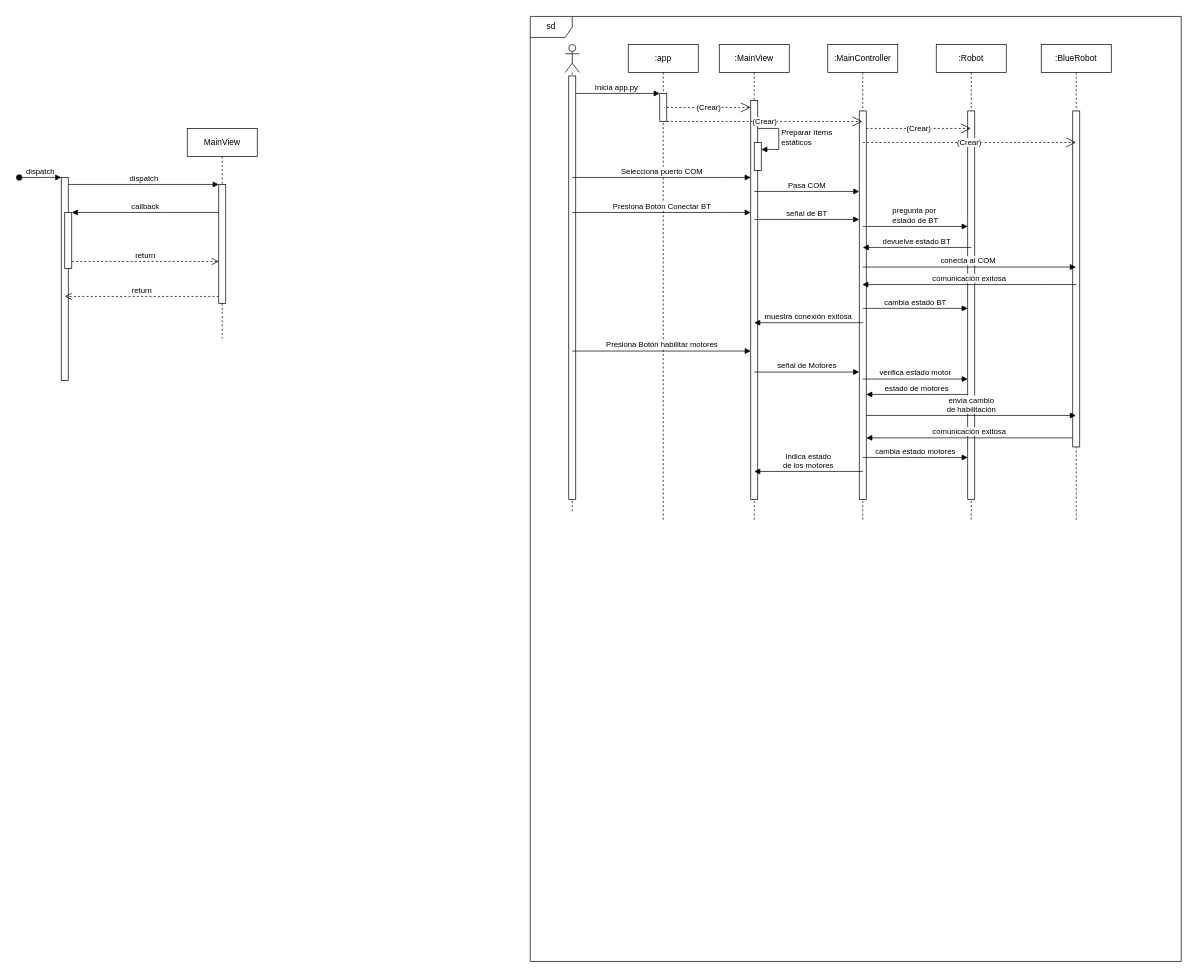
The draw.io diagram informe/diagramaSecuencia.drawio in Mario-dango/control_tank, before the edit. Source tidied: cells renumbered, new cells numbered last; positions are measured from the earlier drawing's top-left corner, leaving out a move shared by most shapes. Both pictures are drawn from the tidied source at 70%, with x=0, y=0 at pixel (19, 16).
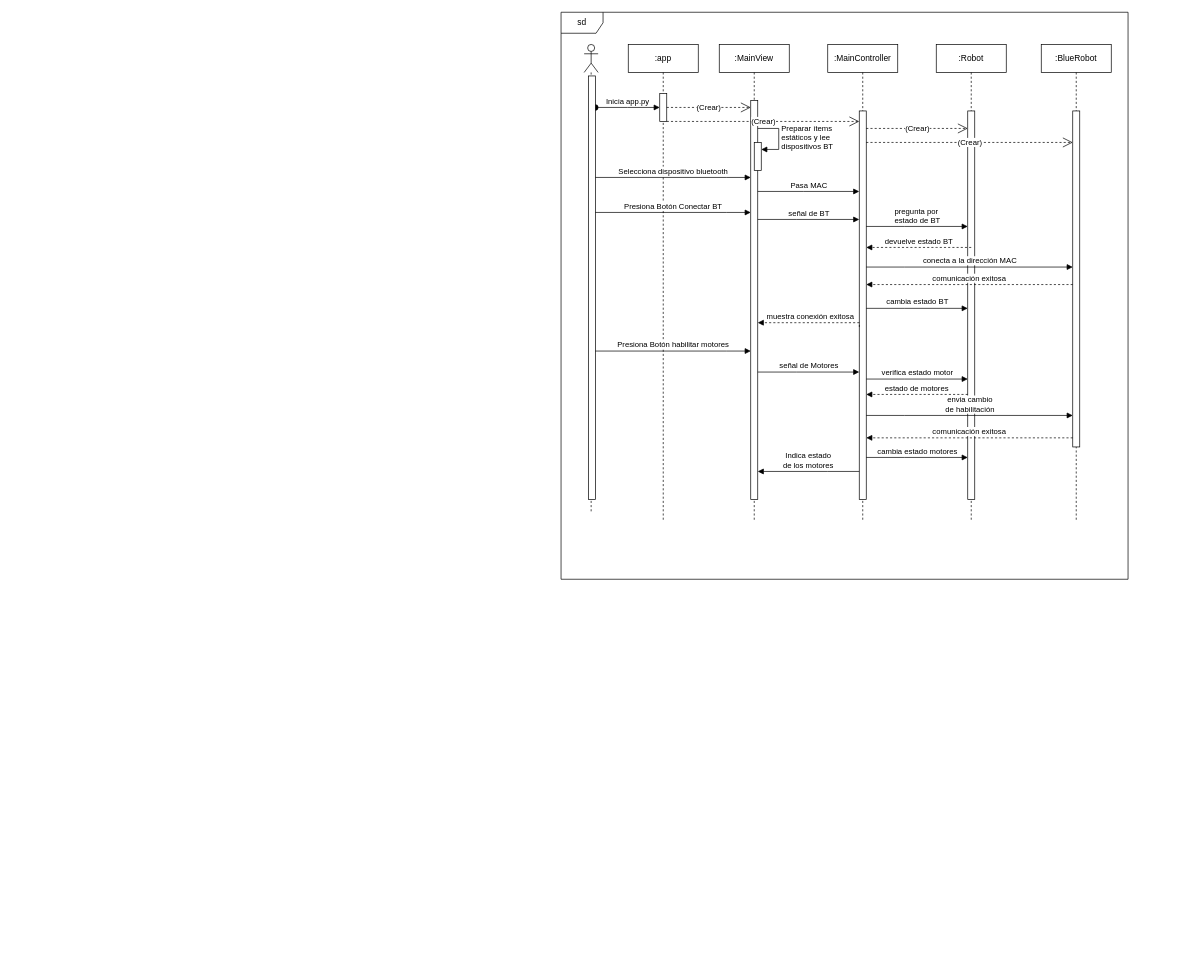
The same page after the edit.

The change refers to these unchanged cells:
```xml
<mxCell id="3" style="html=1;points=[];perimeter=orthogonalPerimeter;outlineConnect=0;targetShapes=umlLifeline;portConstraint=eastwest;newEdgeStyle={&quot;edgeStyle&quot;:&quot;elbowEdgeStyle&quot;,&quot;elbow&quot;:&quot;vertical&quot;,&quot;curved&quot;:0,&quot;rounded&quot;:0};" parent="2" vertex="1">
  <mxGeometry x="45" y="70" width="10" height="40" as="geometry" />
</mxCell>
<mxCell id="4" value=":MainView" style="shape=umlLifeline;perimeter=lifelinePerimeter;whiteSpace=wrap;html=1;newEdgeStyle={&quot;edgeStyle&quot;:&quot;elbowEdgeStyle&quot;,&quot;elbow&quot;:&quot;vertical&quot;,&quot;curved&quot;:0,&quot;rounded&quot;:0};" parent="1" vertex="1">
  <mxGeometry x="1000" y="40" width="100" height="680" as="geometry" />
</mxCell>
<mxCell id="5" style="html=1;points=[];perimeter=orthogonalPerimeter;outlineConnect=0;targetShapes=umlLifeline;portConstraint=eastwest;newEdgeStyle={&quot;edgeStyle&quot;:&quot;elbowEdgeStyle&quot;,&quot;elbow&quot;:&quot;vertical&quot;,&quot;curved&quot;:0,&quot;rounded&quot;:0};" parent="4" vertex="1">
  <mxGeometry x="45" y="80" width="10" height="570" as="geometry" />
</mxCell>
<mxCell id="6" style="html=1;points=[];perimeter=orthogonalPerimeter;outlineConnect=0;targetShapes=umlLifeline;portConstraint=eastwest;newEdgeStyle={&quot;edgeStyle&quot;:&quot;elbowEdgeStyle&quot;,&quot;elbow&quot;:&quot;vertical&quot;,&quot;curved&quot;:0,&quot;rounded&quot;:0};" parent="4" vertex="1">
  <mxGeometry x="50" y="140" width="10" height="40" as="geometry" />
</mxCell>
<mxCell id="22" value=":MainController" style="shape=umlLifeline;perimeter=lifelinePerimeter;whiteSpace=wrap;html=1;outlineConnect=0;portConstraint=eastwest;newEdgeStyle={&quot;edgeStyle&quot;:&quot;elbowEdgeStyle&quot;,&quot;elbow&quot;:&quot;vertical&quot;,&quot;curved&quot;:0,&quot;rounded&quot;:0};" parent="1" vertex="1">
  <mxGeometry x="1155" y="40" width="100" height="680" as="geometry" />
</mxCell>
<mxCell id="23" style="html=1;points=[];perimeter=orthogonalPerimeter;outlineConnect=0;targetShapes=umlLifeline;portConstraint=eastwest;newEdgeStyle={&quot;edgeStyle&quot;:&quot;elbowEdgeStyle&quot;,&quot;elbow&quot;:&quot;vertical&quot;,&quot;curved&quot;:0,&quot;rounded&quot;:0};" parent="22" vertex="1">
  <mxGeometry x="45" y="95" width="10" height="555" as="geometry" />
</mxCell>
<mxCell id="28" value=":Robot" style="shape=umlLifeline;perimeter=lifelinePerimeter;whiteSpace=wrap;html=1;outlineConnect=0;portConstraint=eastwest;newEdgeStyle={&quot;edgeStyle&quot;:&quot;elbowEdgeStyle&quot;,&quot;elbow&quot;:&quot;vertical&quot;,&quot;curved&quot;:0,&quot;rounded&quot;:0};" parent="1" vertex="1">
  <mxGeometry x="1310" y="40" width="100" height="680" as="geometry" />
</mxCell>
<mxCell id="29" style="html=1;points=[];perimeter=orthogonalPerimeter;outlineConnect=0;targetShapes=umlLifeline;portConstraint=eastwest;newEdgeStyle={&quot;edgeStyle&quot;:&quot;elbowEdgeStyle&quot;,&quot;elbow&quot;:&quot;vertical&quot;,&quot;curved&quot;:0,&quot;rounded&quot;:0};" parent="28" vertex="1">
  <mxGeometry x="45" y="95" width="10" height="555" as="geometry" />
</mxCell>
<mxCell id="31" value=":BlueRobot" style="shape=umlLifeline;perimeter=lifelinePerimeter;whiteSpace=wrap;html=1;outlineConnect=0;portConstraint=eastwest;newEdgeStyle={&quot;edgeStyle&quot;:&quot;elbowEdgeStyle&quot;,&quot;elbow&quot;:&quot;vertical&quot;,&quot;curved&quot;:0,&quot;rounded&quot;:0};" parent="1" vertex="1">
  <mxGeometry x="1460" y="40" width="100" height="680" as="geometry" />
</mxCell>
<mxCell id="32" style="html=1;points=[];perimeter=orthogonalPerimeter;outlineConnect=0;targetShapes=umlLifeline;portConstraint=eastwest;newEdgeStyle={&quot;edgeStyle&quot;:&quot;elbowEdgeStyle&quot;,&quot;elbow&quot;:&quot;vertical&quot;,&quot;curved&quot;:0,&quot;rounded&quot;:0};" parent="31" vertex="1">
  <mxGeometry x="45" y="95" width="10" height="480" as="geometry" />
</mxCell>
```

Change to the diagram source:
```diff
@@
-    <mxCell id="7" value="Preparar ítems&lt;br&gt;estáticos" style="html=1;align=left;spacingLeft=2;endArrow=block;rounded=0;edgeStyle=orthogonalEdgeStyle;curved=0;rounded=0;" parent="4" edge="1" target="6">
+    <mxCell id="7" value="Preparar ítems&lt;br&gt;estáticos y lee&lt;br&gt;dispositivos BT" style="html=1;align=left;spacingLeft=2;endArrow=block;rounded=0;edgeStyle=orthogonalEdgeStyle;curved=0;rounded=0;" parent="4" edge="1" target="6">
       <mxGeometry relative="1" as="geometry">
         <mxPoint x="55" y="120" as="sourcePoint" />
         <Array as="points">
           <mxPoint x="85" y="150" />
         </Array>
       </mxGeometry>
     </mxCell>
-    <mxCell id="8" style="html=1;points=[];perimeter=orthogonalPerimeter;outlineConnect=0;targetShapes=umlLifeline;portConstraint=eastwest;newEdgeStyle={&quot;edgeStyle&quot;:&quot;elbowEdgeStyle&quot;,&quot;elbow&quot;:&quot;vertical&quot;,&quot;curved&quot;:0,&quot;rounded&quot;:0};" parent="1" vertex="1">
-      <mxGeometry x="60" y="230" width="10" height="290" as="geometry" />
-    </mxCell>
-    <mxCell id="9" value="dispatch" style="html=1;verticalAlign=bottom;startArrow=oval;endArrow=block;startSize=8;edgeStyle=elbowEdgeStyle;elbow=vertical;curved=0;rounded=0;" parent="1" edge="1" target="8">
-      <mxGeometry relative="1" as="geometry">
-        <mxPoint y="230" as="sourcePoint" />
-      </mxGeometry>
-    </mxCell>
-    <mxCell id="10" style="html=1;points=[];perimeter=orthogonalPerimeter;outlineConnect=0;targetShapes=umlLifeline;portConstraint=eastwest;newEdgeStyle={&quot;edgeStyle&quot;:&quot;elbowEdgeStyle&quot;,&quot;elbow&quot;:&quot;vertical&quot;,&quot;curved&quot;:0,&quot;rounded&quot;:0};" parent="1" vertex="1">
-      <mxGeometry x="65" y="280" width="10" height="80" as="geometry" />
-    </mxCell>
-    <mxCell id="11" value="MainView" style="shape=umlLifeline;perimeter=lifelinePerimeter;whiteSpace=wrap;html=1;newEdgeStyle={&quot;edgeStyle&quot;:&quot;elbowEdgeStyle&quot;,&quot;elbow&quot;:&quot;vertical&quot;,&quot;curved&quot;:0,&quot;rounded&quot;:0};" parent="1" vertex="1">
-      <mxGeometry x="240" y="160" width="100" height="300" as="geometry" />
-    </mxCell>
-    <mxCell id="12" style="html=1;points=[];perimeter=orthogonalPerimeter;outlineConnect=0;targetShapes=umlLifeline;portConstraint=eastwest;newEdgeStyle={&quot;edgeStyle&quot;:&quot;elbowEdgeStyle&quot;,&quot;elbow&quot;:&quot;vertical&quot;,&quot;curved&quot;:0,&quot;rounded&quot;:0};" parent="11" vertex="1">
-      <mxGeometry x="45" y="80" width="10" height="170" as="geometry" />
-    </mxCell>
-    <mxCell id="13" value="dispatch" style="html=1;verticalAlign=bottom;endArrow=block;edgeStyle=elbowEdgeStyle;elbow=vertical;curved=0;rounded=0;" parent="1" edge="1" source="8" target="12">
-      <mxGeometry relative="1" as="geometry">
-        <Array as="points">
-          <mxPoint x="200" y="240" />
-        </Array>
-      </mxGeometry>
-    </mxCell>
-    <mxCell id="14" value="return" style="html=1;verticalAlign=bottom;endArrow=open;dashed=1;endSize=8;edgeStyle=elbowEdgeStyle;elbow=vertical;curved=0;rounded=0;" parent="1" edge="1" source="12">
-      <mxGeometry relative="1" as="geometry">
-        <mxPoint x="65" y="400" as="targetPoint" />
-        <Array as="points">
-          <mxPoint x="210" y="400" />
-        </Array>
-      </mxGeometry>
-    </mxCell>
-    <mxCell id="15" value="callback" style="html=1;verticalAlign=bottom;endArrow=block;edgeStyle=elbowEdgeStyle;elbow=vertical;curved=0;rounded=0;" parent="1" edge="1" source="12" target="10">
-      <mxGeometry relative="1" as="geometry">
-        <Array as="points">
-          <mxPoint x="210" y="280" />
-        </Array>
-      </mxGeometry>
-    </mxCell>
-    <mxCell id="16" value="return" style="html=1;verticalAlign=bottom;endArrow=open;dashed=1;endSize=8;edgeStyle=elbowEdgeStyle;elbow=vertical;curved=0;rounded=0;" parent="1" edge="1" source="10" target="12">
-      <mxGeometry relative="1" as="geometry">
-        <Array as="points">
-          <mxPoint x="200" y="350" />
-        </Array>
-      </mxGeometry>
-    </mxCell>
-    <mxCell id="17" value="Inicia app.py" style="html=1;verticalAlign=bottom;startArrow=oval;endArrow=block;startSize=8;edgeStyle=elbowEdgeStyle;elbow=vertical;curved=0;rounded=0;" parent="1" edge="1" target="3">
-      <mxGeometry relative="1" as="geometry">
-        <mxPoint x="790" y="110" as="sourcePoint" />
-      </mxGeometry>
+    <mxCell id="17" value="Inicia app.py" style="html=1;verticalAlign=bottom;startArrow=oval;endArrow=block;startSize=8;edgeStyle=elbowEdgeStyle;elbow=vertical;curved=0;rounded=0;" parent="1" edge="1" source="19" target="3">
+      <mxGeometry relative="1" as="geometry" />
     </mxCell>
     <mxCell id="18" style="shape=umlLifeline;perimeter=lifelinePerimeter;whiteSpace=wrap;html=1;newEdgeStyle={&quot;edgeStyle&quot;:&quot;elbowEdgeStyle&quot;,&quot;elbow&quot;:&quot;vertical&quot;,&quot;curved&quot;:0,&quot;rounded&quot;:0};participant=umlActor;" parent="1" vertex="1">
-      <mxGeometry x="780" y="40" width="20" height="670" as="geometry" />
+      <mxGeometry x="807" y="40" width="20" height="670" as="geometry" />
     </mxCell>
     <mxCell id="19" style="html=1;points=[];perimeter=orthogonalPerimeter;outlineConnect=0;targetShapes=umlLifeline;portConstraint=eastwest;newEdgeStyle={&quot;edgeStyle&quot;:&quot;elbowEdgeStyle&quot;,&quot;elbow&quot;:&quot;vertical&quot;,&quot;curved&quot;:0,&quot;rounded&quot;:0};" parent="18" vertex="1">
-      <mxGeometry x="5" y="45" width="10" height="605" as="geometry" />
+      <mxGeometry x="6" y="45" width="10" height="605" as="geometry" />
     </mxCell>
@@
     <mxCell id="21" value="sd" style="shape=umlFrame;whiteSpace=wrap;html=1;" parent="1" vertex="1">
-      <mxGeometry x="730" width="930" height="1350" as="geometry" />
+      <mxGeometry x="774" y="-6" width="810" height="810" as="geometry" />
     </mxCell>
@@
-    <mxCell id="24" value="(Crear)" style="endArrow=open;endSize=12;dashed=1;html=1;rounded=0;" parent="1" edge="1" source="3" target="22">
+    <mxCell id="24" value="(Crear)" style="endArrow=open;endSize=12;dashed=1;html=1;rounded=0;" parent="1" edge="1" source="3" target="23">
       <mxGeometry relative="1" as="geometry">
         <Array as="points">
           <mxPoint x="1170" y="150" />
         </Array>
       </mxGeometry>
     </mxCell>
-    <mxCell id="25" value="Selecciona puerto COM" style="html=1;verticalAlign=bottom;endArrow=block;edgeStyle=elbowEdgeStyle;elbow=vertical;curved=0;rounded=0;" parent="1" edge="1" target="5">
+    <mxCell id="25" value="Selecciona dispositivo bluetooth" style="html=1;verticalAlign=bottom;endArrow=block;edgeStyle=elbowEdgeStyle;elbow=vertical;curved=0;rounded=0;" parent="1" edge="1" source="19" target="5">
       <mxGeometry relative="1" as="geometry">
-        <mxPoint x="790" y="230" as="sourcePoint" />
         <Array as="points">
           <mxPoint x="1010" y="230" />
         </Array>
       </mxGeometry>
     </mxCell>
-    <mxCell id="26" value="Pasa COM" style="html=1;verticalAlign=bottom;endArrow=block;edgeStyle=elbowEdgeStyle;elbow=vertical;curved=0;rounded=0;" parent="1" edge="1" target="23">
+    <mxCell id="26" value="Pasa MAC" style="html=1;verticalAlign=bottom;endArrow=block;edgeStyle=elbowEdgeStyle;elbow=vertical;curved=0;rounded=0;" parent="1" edge="1" source="5" target="23">
       <mxGeometry relative="1" as="geometry">
-        <mxPoint x="1050" y="250" as="sourcePoint" />
         <Array as="points">
           <mxPoint x="1120" y="250" />
         </Array>
       </mxGeometry>
     </mxCell>
-    <mxCell id="27" value="Presiona Botón Conectar BT" style="html=1;verticalAlign=bottom;endArrow=block;edgeStyle=elbowEdgeStyle;elbow=vertical;curved=0;rounded=0;" parent="1" edge="1">
+    <mxCell id="27" value="Presiona Botón Conectar BT" style="html=1;verticalAlign=bottom;endArrow=block;edgeStyle=elbowEdgeStyle;elbow=vertical;curved=0;rounded=0;" parent="1" edge="1" source="19">
       <mxGeometry relative="1" as="geometry">
-        <mxPoint x="790" y="280" as="sourcePoint" />
         <mxPoint x="1045" y="280" as="targetPoint" />
         <Array as="points">
           <mxPoint x="1010" y="280" />
         </Array>
       </mxGeometry>
     </mxCell>
@@
-    <mxCell id="30" value="(Crear)" style="endArrow=open;endSize=12;dashed=1;html=1;rounded=0;" parent="1" edge="1" source="23" target="28">
+    <mxCell id="30" value="(Crear)" style="endArrow=open;endSize=12;dashed=1;html=1;rounded=0;" parent="1" edge="1" source="23" target="29">
       <mxGeometry relative="1" as="geometry">
         <Array as="points">
           <mxPoint x="1280" y="160" />
         </Array>
       </mxGeometry>
     </mxCell>
@@
-    <mxCell id="33" value="señal de BT" style="html=1;verticalAlign=bottom;endArrow=block;edgeStyle=elbowEdgeStyle;elbow=vertical;curved=0;rounded=0;" parent="1" edge="1" target="23">
+    <mxCell id="33" value="señal de BT" style="html=1;verticalAlign=bottom;endArrow=block;edgeStyle=elbowEdgeStyle;elbow=vertical;curved=0;rounded=0;" parent="1" edge="1" source="5" target="23">
       <mxGeometry relative="1" as="geometry">
-        <mxPoint x="1050" y="290" as="sourcePoint" />
         <Array as="points">
           <mxPoint x="1110" y="290" />
         </Array>
       </mxGeometry>
     </mxCell>
-    <mxCell id="34" value="conecta al COM&amp;nbsp;" style="html=1;verticalAlign=bottom;endArrow=block;edgeStyle=elbowEdgeStyle;elbow=vertical;curved=0;rounded=0;" parent="1" edge="1">
+    <mxCell id="34" value="conecta a la dirección MAC " style="html=1;verticalAlign=bottom;endArrow=block;edgeStyle=elbowEdgeStyle;elbow=vertical;curved=0;rounded=0;" parent="1" edge="1" source="23" target="32">
       <mxGeometry relative="1" as="geometry">
-        <mxPoint x="1205" y="358" as="sourcePoint" />
-        <mxPoint x="1509.5" y="358" as="targetPoint" />
         <Array as="points">
           <mxPoint x="1265" y="358" />
         </Array>
       </mxGeometry>
     </mxCell>
-    <mxCell id="35" value="comunicación exitosa" style="html=1;verticalAlign=bottom;endArrow=block;edgeStyle=elbowEdgeStyle;elbow=vertical;curved=0;rounded=0;" parent="1" edge="1">
+    <mxCell id="35" value="comunicación exitosa" style="html=1;verticalAlign=bottom;endArrow=block;edgeStyle=elbowEdgeStyle;elbow=vertical;curved=0;rounded=0;dashed=1;" parent="1" edge="1" source="32" target="23">
       <mxGeometry relative="1" as="geometry">
-        <mxPoint x="1510" y="383" as="sourcePoint" />
-        <mxPoint x="1204.4" y="383" as="targetPoint" />
         <Array as="points">
           <mxPoint x="1460" y="383" />
         </Array>
       </mxGeometry>
     </mxCell>
-    <mxCell id="36" value="muestra conexión exitosa" style="html=1;verticalAlign=bottom;endArrow=block;edgeStyle=elbowEdgeStyle;elbow=vertical;curved=0;rounded=0;" parent="1" edge="1">
+    <mxCell id="36" value="muestra conexión exitosa" style="html=1;verticalAlign=bottom;endArrow=block;edgeStyle=elbowEdgeStyle;elbow=vertical;curved=0;rounded=0;dashed=1;exitX=0.014;exitY=0.556;exitDx=0;exitDy=0;exitPerimeter=0;" parent="1" edge="1" source="23" target="5">
       <mxGeometry relative="1" as="geometry">
-        <mxPoint x="1205" y="437.5" as="sourcePoint" />
-        <mxPoint x="1050" y="437.5" as="targetPoint" />
         <Array as="points">
           <mxPoint x="1155" y="437.5" />
         </Array>
       </mxGeometry>
     </mxCell>
-    <mxCell id="37" value="Presiona Botón habilitar motores" style="html=1;verticalAlign=bottom;endArrow=block;edgeStyle=elbowEdgeStyle;elbow=vertical;curved=0;rounded=0;" parent="1" edge="1">
+    <mxCell id="37" value="Presiona Botón habilitar motores" style="html=1;verticalAlign=bottom;endArrow=block;edgeStyle=elbowEdgeStyle;elbow=vertical;curved=0;rounded=0;" parent="1" edge="1" source="19">
       <mxGeometry relative="1" as="geometry">
-        <mxPoint x="790" y="478" as="sourcePoint" />
         <mxPoint x="1045" y="478" as="targetPoint" />
         <Array as="points">
           <mxPoint x="1010" y="478" />
         </Array>
       </mxGeometry>
     </mxCell>
-    <mxCell id="38" value="señal de Motores" style="html=1;verticalAlign=bottom;endArrow=block;edgeStyle=elbowEdgeStyle;elbow=vertical;curved=0;rounded=0;" parent="1" edge="1">
+    <mxCell id="38" value="señal de Motores" style="html=1;verticalAlign=bottom;endArrow=block;edgeStyle=elbowEdgeStyle;elbow=vertical;curved=0;rounded=0;" parent="1" edge="1" source="5">
       <mxGeometry relative="1" as="geometry">
-        <mxPoint x="1050" y="508" as="sourcePoint" />
         <mxPoint x="1200" y="508" as="targetPoint" />
         <Array as="points">
           <mxPoint x="1110" y="508" />
         </Array>
       </mxGeometry>
     </mxCell>
-    <mxCell id="39" value="verifica estado motor" style="html=1;verticalAlign=bottom;endArrow=block;edgeStyle=elbowEdgeStyle;elbow=vertical;curved=0;rounded=0;" parent="1" edge="1">
+    <mxCell id="39" value="verifica estado motor" style="html=1;verticalAlign=bottom;endArrow=block;edgeStyle=elbowEdgeStyle;elbow=vertical;curved=0;rounded=0;" parent="1" edge="1" source="23">
       <mxGeometry relative="1" as="geometry">
-        <mxPoint x="1205" y="518" as="sourcePoint" />
         <mxPoint x="1355" y="518" as="targetPoint" />
         <Array as="points">
           <mxPoint x="1265" y="518" />
         </Array>
       </mxGeometry>
     </mxCell>
-    <mxCell id="40" value="comunicación exitosa" style="html=1;verticalAlign=bottom;endArrow=block;edgeStyle=elbowEdgeStyle;elbow=vertical;curved=0;rounded=0;" parent="1" edge="1" target="23">
+    <mxCell id="40" value="comunicación exitosa" style="html=1;verticalAlign=bottom;endArrow=block;edgeStyle=elbowEdgeStyle;elbow=vertical;curved=0;rounded=0;dashed=1;" parent="1" edge="1" target="23">
       <mxGeometry relative="1" as="geometry">
         <mxPoint x="1505" y="602" as="sourcePoint" />
         <Array as="points">
           <mxPoint x="1455" y="602" />
         </Array>
       </mxGeometry>
     </mxCell>
-    <mxCell id="41" value="estado de motores" style="html=1;verticalAlign=bottom;endArrow=block;edgeStyle=elbowEdgeStyle;elbow=vertical;curved=0;rounded=0;" parent="1" edge="1">
+    <mxCell id="41" value="estado de motores" style="html=1;verticalAlign=bottom;endArrow=block;edgeStyle=elbowEdgeStyle;elbow=vertical;curved=0;rounded=0;dashed=1;" parent="1" edge="1">
       <mxGeometry relative="1" as="geometry">
         <mxPoint x="1355" y="540" as="sourcePoint" />
         <mxPoint x="1210" y="540" as="targetPoint" />
         <Array as="points">
           <mxPoint x="1305" y="540" />
         </Array>
       </mxGeometry>
     </mxCell>
-    <mxCell id="42" value="pregunta por&amp;nbsp;&lt;br&gt;estado de BT" style="html=1;verticalAlign=bottom;endArrow=block;edgeStyle=elbowEdgeStyle;elbow=vertical;curved=0;rounded=0;" parent="1" edge="1">
+    <mxCell id="42" value="pregunta por&amp;nbsp;&lt;br&gt;estado de BT" style="html=1;verticalAlign=bottom;endArrow=block;edgeStyle=elbowEdgeStyle;elbow=vertical;curved=0;rounded=0;" parent="1" edge="1" source="23">
       <mxGeometry relative="1" as="geometry">
-        <mxPoint x="1205" y="300" as="sourcePoint" />
         <mxPoint x="1355" y="300" as="targetPoint" />
         <Array as="points">
           <mxPoint x="1265" y="300" />
         </Array>
       </mxGeometry>
     </mxCell>
-    <mxCell id="43" value="devuelve estado BT" style="html=1;verticalAlign=bottom;endArrow=block;edgeStyle=elbowEdgeStyle;elbow=vertical;curved=0;rounded=0;" parent="1" edge="1">
+    <mxCell id="43" value="devuelve estado BT" style="html=1;verticalAlign=bottom;endArrow=block;edgeStyle=elbowEdgeStyle;elbow=vertical;curved=0;rounded=0;dashed=1;" parent="1" edge="1" target="23">
       <mxGeometry relative="1" as="geometry">
         <mxPoint x="1360" y="330" as="sourcePoint" />
-        <mxPoint x="1205" y="330" as="targetPoint" />
         <Array as="points">
           <mxPoint x="1310" y="330" />
         </Array>
       </mxGeometry>
     </mxCell>
-    <mxCell id="44" value="(Crear)" style="endArrow=open;endSize=12;dashed=1;html=1;rounded=0;" parent="1" edge="1" target="31">
+    <mxCell id="44" value="(Crear)" style="endArrow=open;endSize=12;dashed=1;html=1;rounded=0;" parent="1" edge="1" source="23" target="32">
       <mxGeometry relative="1" as="geometry">
-        <mxPoint x="1205" y="180" as="sourcePoint" />
         <Array as="points">
           <mxPoint x="1275" y="180" />
         </Array>
       </mxGeometry>
     </mxCell>
-    <mxCell id="45" value="cambia estado BT" style="html=1;verticalAlign=bottom;endArrow=block;edgeStyle=elbowEdgeStyle;elbow=vertical;curved=0;rounded=0;" parent="1" edge="1">
+    <mxCell id="45" value="cambia estado BT" style="html=1;verticalAlign=bottom;endArrow=block;edgeStyle=elbowEdgeStyle;elbow=vertical;curved=0;rounded=0;" parent="1" edge="1" source="23">
       <mxGeometry relative="1" as="geometry">
-        <mxPoint x="1205" y="417" as="sourcePoint" />
         <mxPoint x="1355" y="417" as="targetPoint" />
         <Array as="points">
           <mxPoint x="1265" y="417" />
         </Array>
       </mxGeometry>
     </mxCell>
-    <mxCell id="46" value="envia cambio &lt;br&gt;de habilitación" style="html=1;verticalAlign=bottom;endArrow=block;edgeStyle=elbowEdgeStyle;elbow=vertical;curved=0;rounded=0;" parent="1" edge="1" target="31">
+    <mxCell id="46" value="envia cambio &lt;br&gt;de habilitación" style="html=1;verticalAlign=bottom;endArrow=block;edgeStyle=elbowEdgeStyle;elbow=vertical;curved=0;rounded=0;" parent="1" edge="1" target="32">
       <mxGeometry relative="1" as="geometry">
         <mxPoint x="1210" y="570" as="sourcePoint" />
         <Array as="points">
           <mxPoint x="1265" y="570" />
         </Array>
       </mxGeometry>
     </mxCell>
-    <mxCell id="47" value="cambia estado motores" style="html=1;verticalAlign=bottom;endArrow=block;edgeStyle=elbowEdgeStyle;elbow=vertical;curved=0;rounded=0;" parent="1" edge="1">
+    <mxCell id="47" value="cambia estado motores" style="html=1;verticalAlign=bottom;endArrow=block;edgeStyle=elbowEdgeStyle;elbow=vertical;curved=0;rounded=0;" parent="1" edge="1" source="23">
       <mxGeometry relative="1" as="geometry">
-        <mxPoint x="1205" y="630" as="sourcePoint" />
         <mxPoint x="1355" y="630" as="targetPoint" />
         <Array as="points">
           <mxPoint x="1265" y="630" />
         </Array>
       </mxGeometry>
     </mxCell>
-    <mxCell id="48" value="Indica estado &lt;br&gt;de los motores" style="html=1;verticalAlign=bottom;endArrow=block;edgeStyle=elbowEdgeStyle;elbow=vertical;curved=0;rounded=0;" parent="1" edge="1">
+    <mxCell id="48" value="Indica estado &lt;br&gt;de los motores" style="html=1;verticalAlign=bottom;endArrow=block;edgeStyle=elbowEdgeStyle;elbow=vertical;curved=0;rounded=0;" parent="1" edge="1" source="23" target="5">
       <mxGeometry relative="1" as="geometry">
-        <mxPoint x="1205" y="650" as="sourcePoint" />
-        <mxPoint x="1050" y="650" as="targetPoint" />
         <Array as="points">
           <mxPoint x="1155" y="650" />
         </Array>
       </mxGeometry>
     </mxCell>
```
